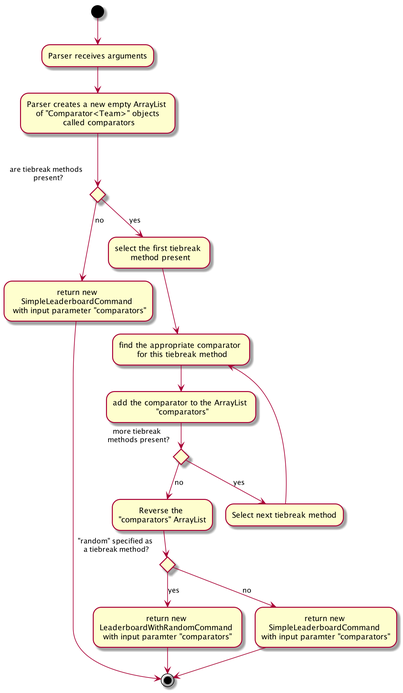
Earlier version of the PlantUML export docs/images/TieBreakActivityDiagram.png (AY1920S1-CS2103T-F11-1/main). Its diagram source:
```plantuml
@startuml
(*) --> "Parser receives arguments" as first
--> Parser creates a new empty ArrayList \n of "Comparator<Team>" objects \n called comparators

---> if are tiebreak methods \n present? then
--> [no] return new \nSimpleLeaderboardCommand \n with input parameter "comparators"
----> (*)

else
--> [yes] select the first tiebreak \n method present
--> "find the appropriate comparator \n for this tiebreak method" as loop
--> add the comparator to the ArrayList \n "comparators"

    --> if more tiebreak \n methods present? then
    --> [no] Reverse the \n"comparators" ArrayList
             if "random" specified as \na tiebreak method? then
                --> [yes] return new \nLeaderboardWithRandomCommand \nwith input paramter "comparators"
                --> (*)
             else
                --> [no] return new \nSimpleLeaderboardCommand \nwith input paramter "comparators"
                --> (*)
             Endif
    else
    --> [yes] Select next tiebreak method
    --> loop
@enduml
```
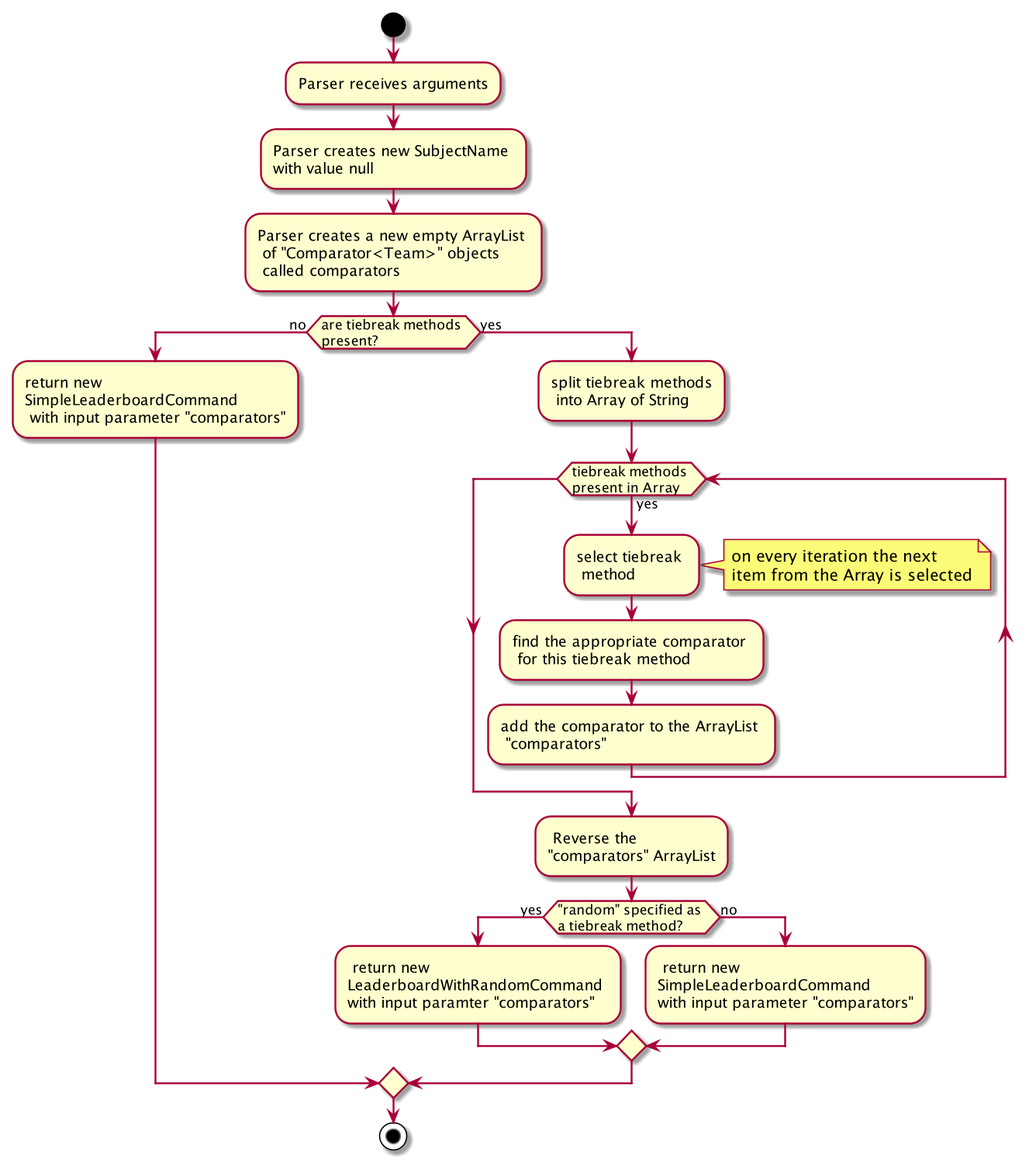
Later version of the same file.

Change to the diagram source:
```diff
@@ -1,26 +1,32 @@
 @startuml
-(*) --> "Parser receives arguments" as first
---> Parser creates a new empty ArrayList \n of "Comparator<Team>" objects \n called comparators
 
----> if are tiebreak methods \n present? then
---> [no] return new \nSimpleLeaderboardCommand \n with input parameter "comparators"
-----> (*)
+start
+:Parser receives arguments;
+:Parser creates new SubjectName \nwith value null;
+:Parser creates a new empty ArrayList \n of "Comparator<Team>" objects \n called comparators;
 
-else
---> [yes] select the first tiebreak \n method present
---> "find the appropriate comparator \n for this tiebreak method" as loop
---> add the comparator to the ArrayList \n "comparators"
+if (are tiebreak methods \npresent?) then (no)
+:return new \nSimpleLeaderboardCommand \n with input parameter "comparators";
 
-    --> if more tiebreak \n methods present? then
-    --> [no] Reverse the \n"comparators" ArrayList
-             if "random" specified as \na tiebreak method? then
-                --> [yes] return new \nLeaderboardWithRandomCommand \nwith input paramter "comparators"
-                --> (*)
-             else
-                --> [no] return new \nSimpleLeaderboardCommand \nwith input paramter "comparators"
-                --> (*)
-             Endif
-    else
-    --> [yes] Select next tiebreak method
-    --> loop
+else (yes)
+:split tiebreak methods\n into Array of String;
+while (tiebreak methods \npresent in Array) is (yes)
+:select tiebreak \n method;
+note right
+on every iteration the next
+item from the Array is selected
+end note
+:find the appropriate comparator \n for this tiebreak method;
+:add the comparator to the ArrayList \n "comparators";
+endwhile
+: Reverse the \n"comparators" ArrayList;
+if ("random" specified as \na tiebreak method?) then (yes)
+: return new \nLeaderboardWithRandomCommand \nwith input paramter "comparators";
+else (no)
+: return new \nSimpleLeaderboardCommand \nwith input parameter "comparators";
+endif
+endif
+
+stop
+
 @enduml
```
